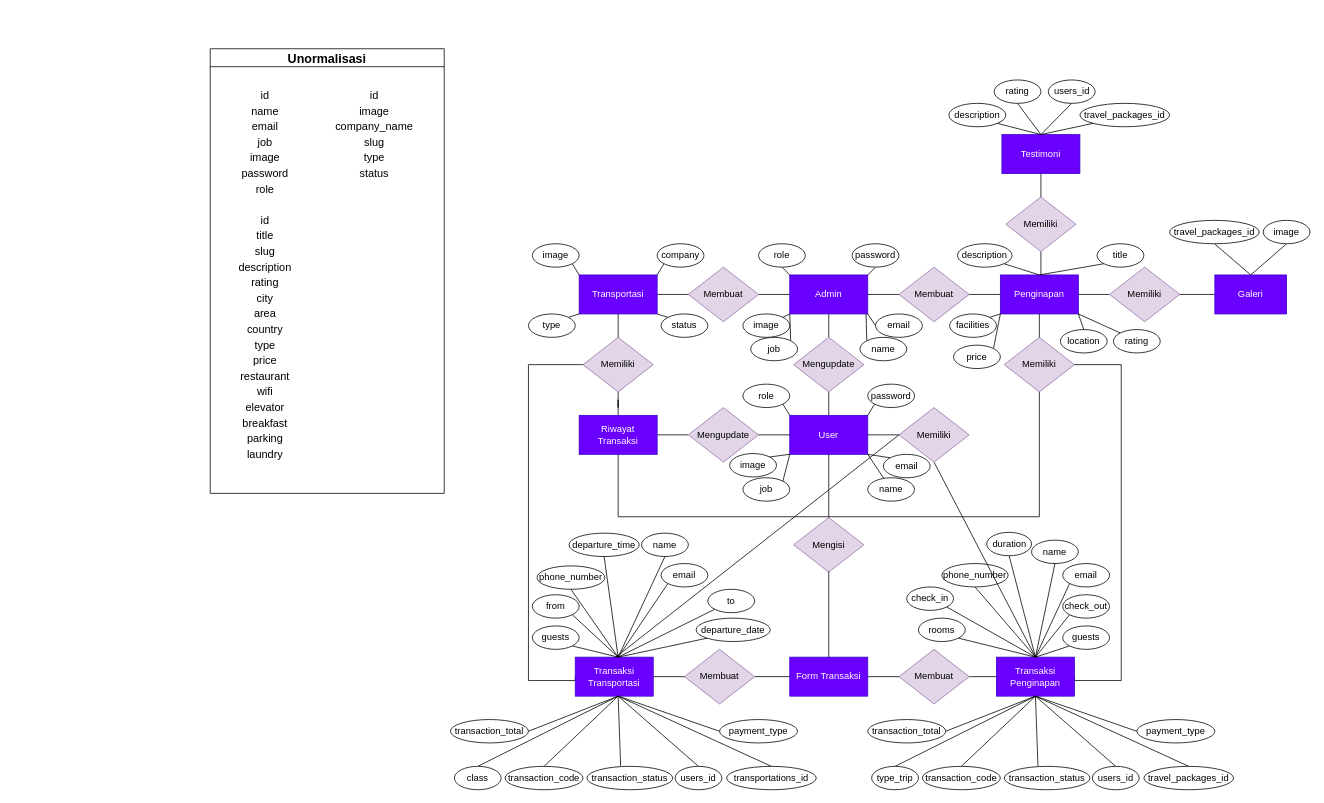
The draw.io diagram GOFEST - ERD.drawio in xevorte/xevorte, before the edit. Source tidied: cells renumbered, new cells numbered last; positions are measured from the earlier drawing's top-left corner, leaving out a move shared by most shapes. Both pictures are drawn from the tidied source at 78%, with x=0, y=0 at pixel (210, 48).
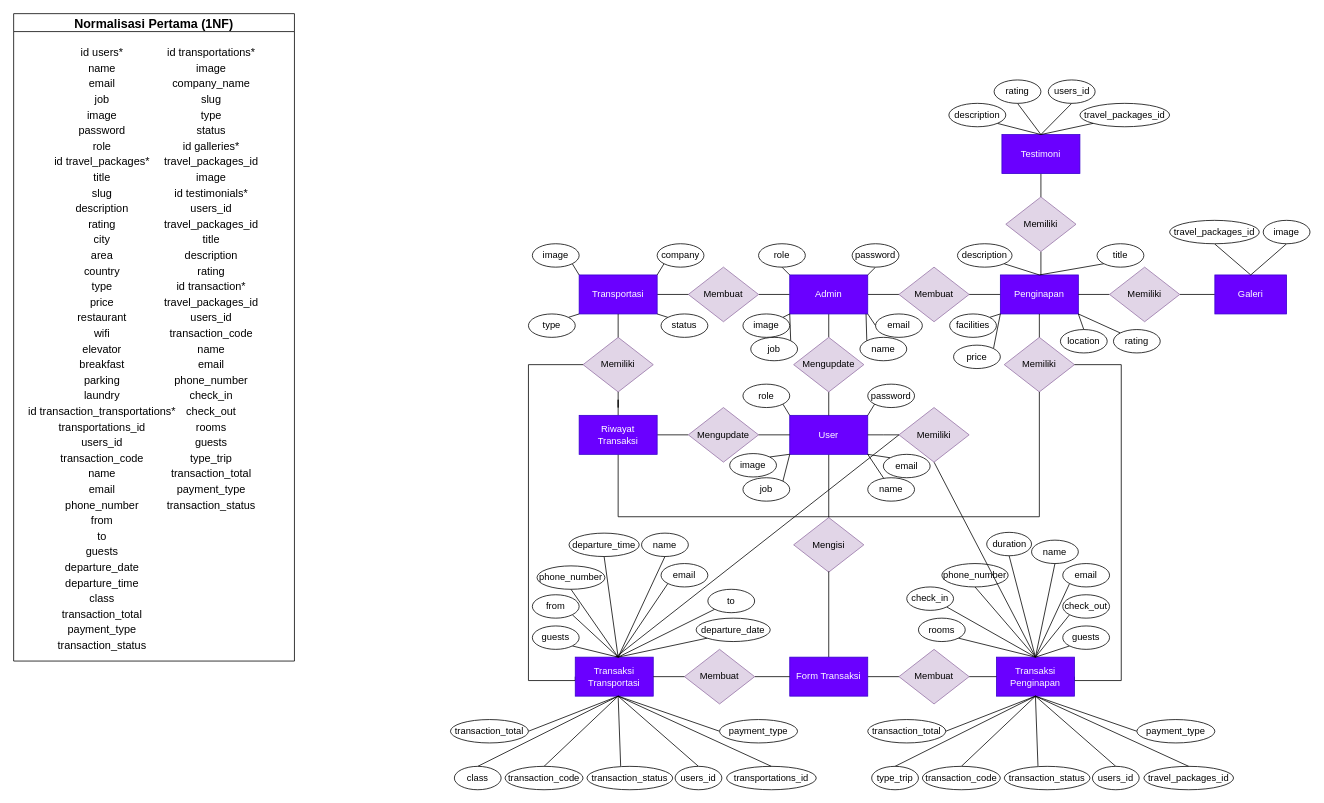
After the change.

What changed in the source:
```diff
@@
     <mxCell id="40" style="edgeStyle=none;rounded=0;orthogonalLoop=1;jettySize=auto;html=1;exitX=0;exitY=1;exitDx=0;exitDy=0;entryX=1;entryY=0;entryDx=0;entryDy=0;endArrow=none;endFill=0;" parent="1" edge="1">
       <mxGeometry relative="1" as="geometry">
-        <mxPoint x="843" y="650" as="targetPoint" />
+        <mxPoint x="631" y="635" as="targetPoint" />
       </mxGeometry>
     </mxCell>
     <mxCell id="41" style="edgeStyle=none;rounded=0;orthogonalLoop=1;jettySize=auto;html=1;exitX=0;exitY=0;exitDx=0;exitDy=0;entryX=1;entryY=1;entryDx=0;entryDy=0;endArrow=none;endFill=0;" parent="1" edge="1">
       <mxGeometry relative="1" as="geometry">
-        <mxPoint x="843" y="700" as="targetPoint" />
+        <mxPoint x="631" y="685" as="targetPoint" />
       </mxGeometry>
     </mxCell>
     <mxCell id="42" style="edgeStyle=none;rounded=0;orthogonalLoop=1;jettySize=auto;html=1;exitX=1;exitY=1;exitDx=0;exitDy=0;entryX=0;entryY=0;entryDx=0;entryDy=0;endArrow=none;endFill=0;" parent="1" edge="1">
       <mxGeometry relative="1" as="geometry">
-        <mxPoint x="743" y="650" as="targetPoint" />
+        <mxPoint x="531" y="635" as="targetPoint" />
       </mxGeometry>
     </mxCell>
     <mxCell id="43" style="edgeStyle=none;rounded=0;orthogonalLoop=1;jettySize=auto;html=1;exitX=1;exitY=0;exitDx=0;exitDy=0;entryX=0;entryY=1;entryDx=0;entryDy=0;endArrow=none;endFill=0;" parent="1" edge="1">
       <mxGeometry relative="1" as="geometry">
-        <mxPoint x="743" y="700" as="targetPoint" />
+        <mxPoint x="531" y="685" as="targetPoint" />
       </mxGeometry>
     </mxCell>
@@
-    <mxCell id="171" value="Unormalisasi" style="swimlane;fontSize=16;startSize=23;" parent="1" vertex="1">
-      <mxGeometry width="300" height="570" as="geometry" />
+    <mxCell id="171" value="Normalisasi Pertama (1NF)" style="swimlane;fontSize=16;startSize=23;" parent="1" vertex="1">
+      <mxGeometry x="-252" y="-45" width="360" height="830" as="geometry" />
     </mxCell>
-    <mxCell id="172" value="&lt;font style=&quot;font-size: 14px;&quot;&gt;id&lt;/font&gt;" style="text;html=1;align=center;verticalAlign=middle;strokeColor=none;fillColor=none;fontSize=14;" parent="171" vertex="1">
-      <mxGeometry x="55" y="50" width="30" height="20" as="geometry" />
+    <mxCell id="172" value="&lt;font style=&quot;font-size: 14px&quot;&gt;id users*&lt;/font&gt;" style="text;html=1;align=center;verticalAlign=middle;strokeColor=none;fillColor=none;fontSize=14;" parent="171" vertex="1">
+      <mxGeometry x="77.5" y="40" width="70" height="20" as="geometry" />
     </mxCell>
     <mxCell id="173" value="&lt;font style=&quot;font-size: 14px&quot;&gt;name&lt;/font&gt;" style="text;html=1;align=center;verticalAlign=middle;strokeColor=none;fillColor=none;fontSize=14;" parent="171" vertex="1">
-      <mxGeometry x="45" y="70" width="50" height="20" as="geometry" />
+      <mxGeometry x="87.5" y="60" width="50" height="20" as="geometry" />
     </mxCell>
     <mxCell id="174" value="&lt;font style=&quot;font-size: 14px&quot;&gt;email&lt;/font&gt;" style="text;html=1;align=center;verticalAlign=middle;strokeColor=none;fillColor=none;fontSize=14;" parent="171" vertex="1">
-      <mxGeometry x="45" y="90" width="50" height="20" as="geometry" />
+      <mxGeometry x="87.5" y="80" width="50" height="20" as="geometry" />
     </mxCell>
     <mxCell id="175" value="&lt;font style=&quot;font-size: 14px&quot;&gt;job&lt;/font&gt;" style="text;html=1;align=center;verticalAlign=middle;strokeColor=none;fillColor=none;fontSize=14;" parent="171" vertex="1">
-      <mxGeometry x="55" y="110" width="30" height="20" as="geometry" />
+      <mxGeometry x="97.5" y="100" width="30" height="20" as="geometry" />
     </mxCell>
     <mxCell id="176" value="image" style="text;html=1;align=center;verticalAlign=middle;strokeColor=none;fillColor=none;fontSize=14;" parent="171" vertex="1">
-      <mxGeometry x="45" y="130" width="50" height="20" as="geometry" />
+      <mxGeometry x="87.5" y="120" width="50" height="20" as="geometry" />
     </mxCell>
     <mxCell id="177" value="password" style="text;html=1;align=center;verticalAlign=middle;strokeColor=none;fillColor=none;fontSize=14;" parent="171" vertex="1">
-      <mxGeometry x="30" y="150" width="80" height="20" as="geometry" />
+      <mxGeometry x="72.5" y="140" width="80" height="20" as="geometry" />
     </mxCell>
     <mxCell id="178" value="role" style="text;html=1;align=center;verticalAlign=middle;strokeColor=none;fillColor=none;fontSize=14;" parent="171" vertex="1">
-      <mxGeometry x="50" y="170" width="40" height="20" as="geometry" />
+      <mxGeometry x="92.5" y="160" width="40" height="20" as="geometry" />
     </mxCell>
-    <mxCell id="179" value="&lt;font style=&quot;font-size: 14px;&quot;&gt;id&lt;/font&gt;" style="text;html=1;align=center;verticalAlign=middle;strokeColor=none;fillColor=none;fontSize=14;" parent="171" vertex="1">
-      <mxGeometry x="195" y="50" width="30" height="20" as="geometry" />
+    <mxCell id="179" value="&lt;font style=&quot;font-size: 14px&quot;&gt;id transportations*&lt;/font&gt;" style="text;html=1;align=center;verticalAlign=middle;strokeColor=none;fillColor=none;fontSize=14;" parent="171" vertex="1">
+      <mxGeometry x="187.5" y="40" width="130" height="20" as="geometry" />
     </mxCell>
     <mxCell id="180" value="image" style="text;html=1;align=center;verticalAlign=middle;strokeColor=none;fillColor=none;fontSize=14;" parent="171" vertex="1">
-      <mxGeometry x="185" y="70" width="50" height="20" as="geometry" />
+      <mxGeometry x="227.5" y="60" width="50" height="20" as="geometry" />
     </mxCell>
     <mxCell id="181" value="company_name" style="text;html=1;align=center;verticalAlign=middle;strokeColor=none;fillColor=none;fontSize=14;" parent="171" vertex="1">
-      <mxGeometry x="150" y="90" width="120" height="20" as="geometry" />
+      <mxGeometry x="192.5" y="80" width="120" height="20" as="geometry" />
     </mxCell>
     <mxCell id="182" value="slug" style="text;html=1;align=center;verticalAlign=middle;strokeColor=none;fillColor=none;fontSize=14;" parent="171" vertex="1">
-      <mxGeometry x="190" y="110" width="40" height="20" as="geometry" />
+      <mxGeometry x="232.5" y="100" width="40" height="20" as="geometry" />
     </mxCell>
     <mxCell id="183" value="type" style="text;html=1;align=center;verticalAlign=middle;strokeColor=none;fillColor=none;fontSize=14;" parent="171" vertex="1">
-      <mxGeometry x="190" y="130" width="40" height="20" as="geometry" />
+      <mxGeometry x="232.5" y="120" width="40" height="20" as="geometry" />
     </mxCell>
     <mxCell id="184" value="status" style="text;html=1;align=center;verticalAlign=middle;strokeColor=none;fillColor=none;fontSize=14;" parent="171" vertex="1">
-      <mxGeometry x="185" y="150" width="50" height="20" as="geometry" />
+      <mxGeometry x="227.5" y="140" width="50" height="20" as="geometry" />
     </mxCell>
-    <mxCell id="185" value="&lt;font style=&quot;font-size: 14px;&quot;&gt;id&lt;/font&gt;" style="text;html=1;align=center;verticalAlign=middle;strokeColor=none;fillColor=none;fontSize=14;" parent="171" vertex="1">
-      <mxGeometry x="55" y="210" width="30" height="20" as="geometry" />
+    <mxCell id="185" value="&lt;font style=&quot;font-size: 14px&quot;&gt;id travel_packages*&lt;/font&gt;" style="text;html=1;align=center;verticalAlign=middle;strokeColor=none;fillColor=none;fontSize=14;" parent="171" vertex="1">
+      <mxGeometry x="42.5" y="180" width="140" height="20" as="geometry" />
     </mxCell>
     <mxCell id="186" value="&lt;font style=&quot;font-size: 14px&quot;&gt;title&lt;/font&gt;" style="text;html=1;align=center;verticalAlign=middle;strokeColor=none;fillColor=none;fontSize=14;" parent="171" vertex="1">
-      <mxGeometry x="50" y="230" width="40" height="20" as="geometry" />
+      <mxGeometry x="92.5" y="200" width="40" height="20" as="geometry" />
     </mxCell>
     <mxCell id="187" value="&lt;font style=&quot;font-size: 14px&quot;&gt;slug&lt;/font&gt;" style="text;html=1;align=center;verticalAlign=middle;strokeColor=none;fillColor=none;fontSize=14;" parent="171" vertex="1">
-      <mxGeometry x="50" y="250" width="40" height="20" as="geometry" />
+      <mxGeometry x="92.5" y="220" width="40" height="20" as="geometry" />
     </mxCell>
     <mxCell id="188" value="&lt;font style=&quot;font-size: 14px&quot;&gt;description&lt;/font&gt;" style="text;html=1;align=center;verticalAlign=middle;strokeColor=none;fillColor=none;fontSize=14;" parent="171" vertex="1">
-      <mxGeometry x="30" y="270" width="80" height="20" as="geometry" />
+      <mxGeometry x="72.5" y="240" width="80" height="20" as="geometry" />
     </mxCell>
     <mxCell id="189" value="rating" style="text;html=1;align=center;verticalAlign=middle;strokeColor=none;fillColor=none;fontSize=14;" parent="171" vertex="1">
-      <mxGeometry x="45" y="290" width="50" height="20" as="geometry" />
+      <mxGeometry x="87.5" y="260" width="50" height="20" as="geometry" />
     </mxCell>
     <mxCell id="190" value="city" style="text;html=1;align=center;verticalAlign=middle;strokeColor=none;fillColor=none;fontSize=14;" parent="171" vertex="1">
-      <mxGeometry x="50" y="310" width="40" height="20" as="geometry" />
+      <mxGeometry x="92.5" y="280" width="40" height="20" as="geometry" />
     </mxCell>
     <mxCell id="191" value="area" style="text;html=1;align=center;verticalAlign=middle;strokeColor=none;fillColor=none;fontSize=14;" parent="171" vertex="1">
-      <mxGeometry x="50" y="330" width="40" height="20" as="geometry" />
+      <mxGeometry x="92.5" y="300" width="40" height="20" as="geometry" />
     </mxCell>
     <mxCell id="192" value="country" style="text;html=1;align=center;verticalAlign=middle;strokeColor=none;fillColor=none;fontSize=14;" parent="171" vertex="1">
-      <mxGeometry x="40" y="350" width="60" height="20" as="geometry" />
+      <mxGeometry x="82.5" y="320" width="60" height="20" as="geometry" />
     </mxCell>
     <mxCell id="193" value="type" style="text;html=1;align=center;verticalAlign=middle;strokeColor=none;fillColor=none;fontSize=14;" parent="171" vertex="1">
-      <mxGeometry x="50" y="370" width="40" height="20" as="geometry" />
+      <mxGeometry x="92.5" y="340" width="40" height="20" as="geometry" />
     </mxCell>
     <mxCell id="194" value="price" style="text;html=1;align=center;verticalAlign=middle;strokeColor=none;fillColor=none;fontSize=14;" parent="171" vertex="1">
-      <mxGeometry x="45" y="390" width="50" height="20" as="geometry" />
+      <mxGeometry x="87.5" y="360" width="50" height="20" as="geometry" />
     </mxCell>
     <mxCell id="195" value="restaurant" style="text;html=1;align=center;verticalAlign=middle;strokeColor=none;fillColor=none;fontSize=14;" parent="171" vertex="1">
-      <mxGeometry x="30" y="410" width="80" height="20" as="geometry" />
+      <mxGeometry x="72.5" y="380" width="80" height="20" as="geometry" />
     </mxCell>
     <mxCell id="196" value="wifi" style="text;html=1;align=center;verticalAlign=middle;strokeColor=none;fillColor=none;fontSize=14;" parent="171" vertex="1">
-      <mxGeometry x="50" y="430" width="40" height="20" as="geometry" />
+      <mxGeometry x="92.5" y="400" width="40" height="20" as="geometry" />
     </mxCell>
     <mxCell id="197" value="elevator" style="text;html=1;align=center;verticalAlign=middle;strokeColor=none;fillColor=none;fontSize=14;" parent="171" vertex="1">
-      <mxGeometry x="35" y="450" width="70" height="20" as="geometry" />
+      <mxGeometry x="77.5" y="420" width="70" height="20" as="geometry" />
     </mxCell>
     <mxCell id="198" value="breakfast" style="text;html=1;align=center;verticalAlign=middle;strokeColor=none;fillColor=none;fontSize=14;" parent="171" vertex="1">
-      <mxGeometry x="35" y="470" width="70" height="20" as="geometry" />
+      <mxGeometry x="77.5" y="440" width="70" height="20" as="geometry" />
     </mxCell>
     <mxCell id="199" value="parking" style="text;html=1;align=center;verticalAlign=middle;strokeColor=none;fillColor=none;fontSize=14;" parent="171" vertex="1">
-      <mxGeometry x="40" y="490" width="60" height="20" as="geometry" />
+      <mxGeometry x="82.5" y="460" width="60" height="20" as="geometry" />
     </mxCell>
     <mxCell id="200" value="laundry" style="text;html=1;align=center;verticalAlign=middle;strokeColor=none;fillColor=none;fontSize=14;" parent="171" vertex="1">
-      <mxGeometry x="40" y="510" width="60" height="20" as="geometry" />
+      <mxGeometry x="82.5" y="480" width="60" height="20" as="geometry" />
     </mxCell>
+    <mxCell id="201" value="&lt;font style=&quot;font-size: 14px&quot;&gt;id galleries*&lt;/font&gt;" style="text;html=1;align=center;verticalAlign=middle;strokeColor=none;fillColor=none;fontSize=14;" parent="171" vertex="1">
+      <mxGeometry x="207.5" y="160" width="90" height="20" as="geometry" />
+    </mxCell>
+    <mxCell id="202" value="travel_packages_id" style="text;html=1;align=center;verticalAlign=middle;strokeColor=none;fillColor=none;fontSize=14;" parent="171" vertex="1">
+      <mxGeometry x="182.5" y="180" width="140" height="20" as="geometry" />
+    </mxCell>
+    <mxCell id="203" value="image" style="text;html=1;align=center;verticalAlign=middle;strokeColor=none;fillColor=none;fontSize=14;" parent="171" vertex="1">
+      <mxGeometry x="227.5" y="200" width="50" height="20" as="geometry" />
+    </mxCell>
+    <mxCell id="204" value="&lt;font style=&quot;font-size: 14px&quot;&gt;id testimonials*&lt;/font&gt;" style="text;html=1;align=center;verticalAlign=middle;strokeColor=none;fillColor=none;fontSize=14;" parent="171" vertex="1">
+      <mxGeometry x="197.5" y="220" width="110" height="20" as="geometry" />
+    </mxCell>
+    <mxCell id="205" value="users_id" style="text;html=1;align=center;verticalAlign=middle;strokeColor=none;fillColor=none;fontSize=14;" parent="171" vertex="1">
+      <mxGeometry x="217.5" y="240" width="70" height="20" as="geometry" />
+    </mxCell>
+    <mxCell id="206" value="travel_packages_id" style="text;html=1;align=center;verticalAlign=middle;strokeColor=none;fillColor=none;fontSize=14;" parent="171" vertex="1">
+      <mxGeometry x="182.5" y="260" width="140" height="20" as="geometry" />
+    </mxCell>
+    <mxCell id="207" value="title" style="text;html=1;align=center;verticalAlign=middle;strokeColor=none;fillColor=none;fontSize=14;" parent="171" vertex="1">
+      <mxGeometry x="232.5" y="280" width="40" height="20" as="geometry" />
+    </mxCell>
+    <mxCell id="208" value="description" style="text;html=1;align=center;verticalAlign=middle;strokeColor=none;fillColor=none;fontSize=14;" parent="171" vertex="1">
+      <mxGeometry x="212.5" y="300" width="80" height="20" as="geometry" />
+    </mxCell>
+    <mxCell id="209" value="rating" style="text;html=1;align=center;verticalAlign=middle;strokeColor=none;fillColor=none;fontSize=14;" parent="171" vertex="1">
+      <mxGeometry x="227.5" y="320" width="50" height="20" as="geometry" />
+    </mxCell>
+    <mxCell id="210" value="users_id" style="text;html=1;align=center;verticalAlign=middle;strokeColor=none;fillColor=none;fontSize=14;" parent="171" vertex="1">
+      <mxGeometry x="217.5" y="380" width="70" height="20" as="geometry" />
+    </mxCell>
+    <mxCell id="211" value="travel_packages_id" style="text;html=1;align=center;verticalAlign=middle;strokeColor=none;fillColor=none;fontSize=14;" parent="171" vertex="1">
+      <mxGeometry x="182.5" y="360" width="140" height="20" as="geometry" />
+    </mxCell>
+    <mxCell id="212" value="&lt;font style=&quot;font-size: 14px&quot;&gt;id transaction*&lt;/font&gt;" style="text;html=1;align=center;verticalAlign=middle;strokeColor=none;fillColor=none;fontSize=14;" parent="171" vertex="1">
+      <mxGeometry x="202.5" y="340" width="100" height="20" as="geometry" />
+    </mxCell>
+    <mxCell id="213" value="transaction_code" style="text;html=1;align=center;verticalAlign=middle;strokeColor=none;fillColor=none;fontSize=14;" parent="171" vertex="1">
+      <mxGeometry x="192.5" y="400" width="120" height="20" as="geometry" />
+    </mxCell>
+    <mxCell id="214" value="name" style="text;html=1;align=center;verticalAlign=middle;strokeColor=none;fillColor=none;fontSize=14;" parent="171" vertex="1">
+      <mxGeometry x="227.5" y="420" width="50" height="20" as="geometry" />
+    </mxCell>
+    <mxCell id="215" value="email" style="text;html=1;align=center;verticalAlign=middle;strokeColor=none;fillColor=none;fontSize=14;" parent="171" vertex="1">
+      <mxGeometry x="227.5" y="440" width="50" height="20" as="geometry" />
+    </mxCell>
+    <mxCell id="216" value="phone_number" style="text;html=1;align=center;verticalAlign=middle;strokeColor=none;fillColor=none;fontSize=14;" parent="171" vertex="1">
+      <mxGeometry x="197.5" y="460" width="110" height="20" as="geometry" />
+    </mxCell>
+    <mxCell id="217" value="check_in" style="text;html=1;align=center;verticalAlign=middle;strokeColor=none;fillColor=none;fontSize=14;" parent="171" vertex="1">
+      <mxGeometry x="217.5" y="480" width="70" height="20" as="geometry" />
+    </mxCell>
+    <mxCell id="218" value="check_out" style="text;html=1;align=center;verticalAlign=middle;strokeColor=none;fillColor=none;fontSize=14;" parent="171" vertex="1">
+      <mxGeometry x="212.5" y="500" width="80" height="20" as="geometry" />
+    </mxCell>
+    <mxCell id="219" value="rooms" style="text;html=1;align=center;verticalAlign=middle;strokeColor=none;fillColor=none;fontSize=14;" parent="171" vertex="1">
+      <mxGeometry x="227.5" y="520" width="50" height="20" as="geometry" />
+    </mxCell>
+    <mxCell id="220" value="guests" style="text;html=1;align=center;verticalAlign=middle;strokeColor=none;fillColor=none;fontSize=14;" parent="171" vertex="1">
+      <mxGeometry x="222.5" y="540" width="60" height="20" as="geometry" />
+    </mxCell>
+    <mxCell id="221" value="type_trip" style="text;html=1;align=center;verticalAlign=middle;strokeColor=none;fillColor=none;fontSize=14;" parent="171" vertex="1">
+      <mxGeometry x="217.5" y="560" width="70" height="20" as="geometry" />
+    </mxCell>
+    <mxCell id="222" value="transaction_total" style="text;html=1;align=center;verticalAlign=middle;strokeColor=none;fillColor=none;fontSize=14;" parent="171" vertex="1">
+      <mxGeometry x="192.5" y="580" width="120" height="20" as="geometry" />
+    </mxCell>
+    <mxCell id="223" value="payment_type" style="text;html=1;align=center;verticalAlign=middle;strokeColor=none;fillColor=none;fontSize=14;" parent="171" vertex="1">
+      <mxGeometry x="202.5" y="600" width="100" height="20" as="geometry" />
+    </mxCell>
+    <mxCell id="224" value="transaction_status" style="text;html=1;align=center;verticalAlign=middle;strokeColor=none;fillColor=none;fontSize=14;" parent="171" vertex="1">
+      <mxGeometry x="187.5" y="620" width="130" height="20" as="geometry" />
+    </mxCell>
+    <mxCell id="225" value="users_id" style="text;html=1;align=center;verticalAlign=middle;strokeColor=none;fillColor=none;fontSize=14;" parent="171" vertex="1">
+      <mxGeometry x="77.5" y="540" width="70" height="20" as="geometry" />
+    </mxCell>
+    <mxCell id="226" value="transportations_id" style="text;html=1;align=center;verticalAlign=middle;strokeColor=none;fillColor=none;fontSize=14;" parent="171" vertex="1">
+      <mxGeometry x="47.5" y="520" width="130" height="20" as="geometry" />
+    </mxCell>
+    <mxCell id="227" value="&lt;font style=&quot;font-size: 14px&quot;&gt;id transaction_transportations*&lt;/font&gt;" style="text;html=1;align=center;verticalAlign=middle;strokeColor=none;fillColor=none;fontSize=14;" parent="171" vertex="1">
+      <mxGeometry x="12.5" y="500" width="200" height="20" as="geometry" />
+    </mxCell>
+    <mxCell id="228" value="transaction_code" style="text;html=1;align=center;verticalAlign=middle;strokeColor=none;fillColor=none;fontSize=14;" parent="171" vertex="1">
+      <mxGeometry x="52.5" y="560" width="120" height="20" as="geometry" />
+    </mxCell>
+    <mxCell id="229" value="name" style="text;html=1;align=center;verticalAlign=middle;strokeColor=none;fillColor=none;fontSize=14;" parent="171" vertex="1">
+      <mxGeometry x="87.5" y="580" width="50" height="20" as="geometry" />
+    </mxCell>
+    <mxCell id="230" value="email" style="text;html=1;align=center;verticalAlign=middle;strokeColor=none;fillColor=none;fontSize=14;" parent="171" vertex="1">
+      <mxGeometry x="87.5" y="600" width="50" height="20" as="geometry" />
+    </mxCell>
+    <mxCell id="231" value="phone_number" style="text;html=1;align=center;verticalAlign=middle;strokeColor=none;fillColor=none;fontSize=14;" parent="171" vertex="1">
+      <mxGeometry x="57.5" y="620" width="110" height="20" as="geometry" />
+    </mxCell>
+    <mxCell id="232" value="from" style="text;html=1;align=center;verticalAlign=middle;strokeColor=none;fillColor=none;fontSize=14;" parent="171" vertex="1">
+      <mxGeometry x="92.5" y="640" width="40" height="20" as="geometry" />
+    </mxCell>
+    <mxCell id="233" value="to" style="text;html=1;align=center;verticalAlign=middle;strokeColor=none;fillColor=none;fontSize=14;" parent="171" vertex="1">
+      <mxGeometry x="97.5" y="660" width="30" height="20" as="geometry" />
+    </mxCell>
+    <mxCell id="234" value="guests" style="text;html=1;align=center;verticalAlign=middle;strokeColor=none;fillColor=none;fontSize=14;" parent="171" vertex="1">
+      <mxGeometry x="82.5" y="680" width="60" height="20" as="geometry" />
+    </mxCell>
+    <mxCell id="235" value="departure_date" style="text;html=1;align=center;verticalAlign=middle;strokeColor=none;fillColor=none;fontSize=14;" parent="171" vertex="1">
+      <mxGeometry x="57.5" y="700" width="110" height="20" as="geometry" />
+    </mxCell>
+    <mxCell id="236" value="departure_time" style="text;html=1;align=center;verticalAlign=middle;strokeColor=none;fillColor=none;fontSize=14;" parent="171" vertex="1">
+      <mxGeometry x="57.5" y="720" width="110" height="20" as="geometry" />
+    </mxCell>
+    <mxCell id="237" value="transaction_total" style="text;html=1;align=center;verticalAlign=middle;strokeColor=none;fillColor=none;fontSize=14;" parent="171" vertex="1">
+      <mxGeometry x="52.5" y="760" width="120" height="20" as="geometry" />
+    </mxCell>
+    <mxCell id="238" value="payment_type" style="text;html=1;align=center;verticalAlign=middle;strokeColor=none;fillColor=none;fontSize=14;" parent="171" vertex="1">
+      <mxGeometry x="62.5" y="780" width="100" height="20" as="geometry" />
+    </mxCell>
+    <mxCell id="239" value="transaction_status" style="text;html=1;align=center;verticalAlign=middle;strokeColor=none;fillColor=none;fontSize=14;" parent="171" vertex="1">
+      <mxGeometry x="47.5" y="800" width="130" height="20" as="geometry" />
+    </mxCell>
+    <mxCell id="240" value="class" style="text;html=1;align=center;verticalAlign=middle;strokeColor=none;fillColor=none;fontSize=14;" parent="171" vertex="1">
+      <mxGeometry x="87.5" y="740" width="50" height="20" as="geometry" />
+    </mxCell>
```
